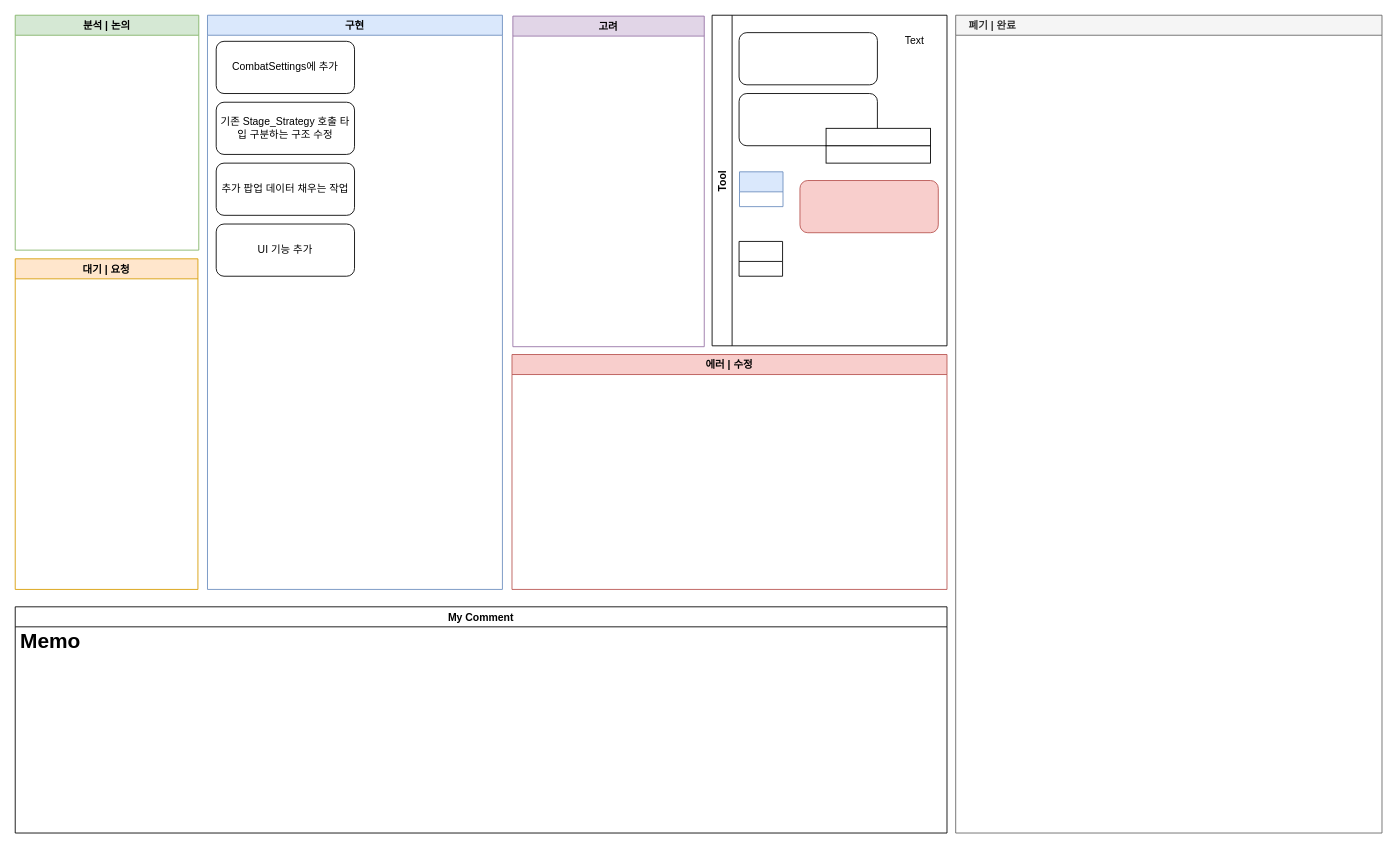
The draw.io diagram 던전 추천 마도사 진행상황.drawio in Endorr/Job-Board, before the edit. Source tidied: cells renumbered, new cells numbered last; positions are measured from the earlier drawing's top-left corner, leaving out a move shared by most shapes. Both pictures are drawn from the tidied source at 87%, with x=0, y=0 at pixel (15, 15).
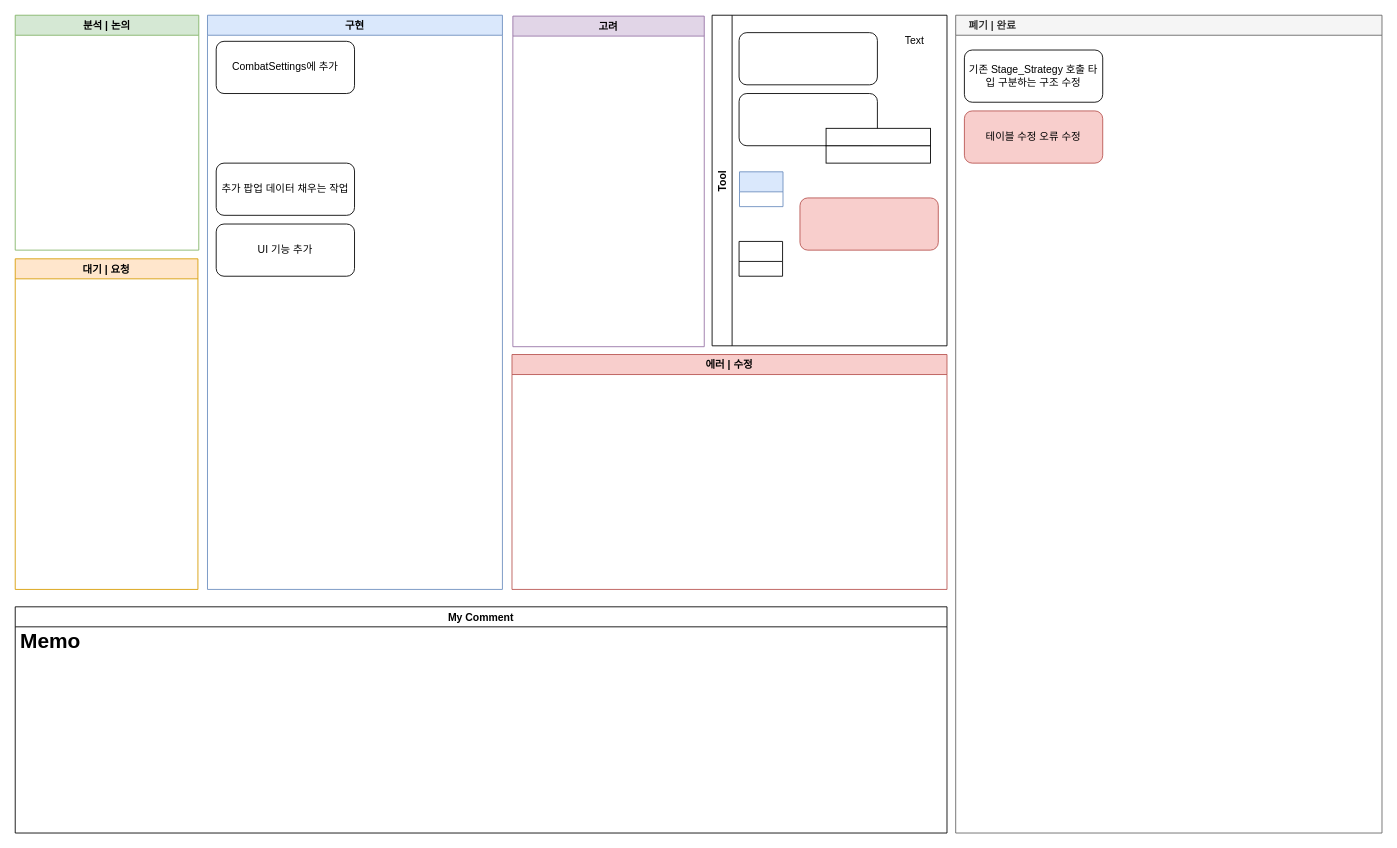
The same diagram, later.

Commit message:
던전 추천 마도사 진행상황.drawio 업데이트

Unchanged cells that the change refers to:
```xml
<mxCell id="2" value="구현" style="swimlane;fillColor=#dae8fc;strokeColor=#6c8ebf;" parent="1" vertex="1">
  <mxGeometry x="221" width="339" height="660" as="geometry" />
</mxCell>
<mxCell id="11" value="    폐기 | 완료" style="swimlane;strokeColor=#666666;fillColor=#f5f5f5;fontColor=#333333;align=left;" parent="1" vertex="1">
  <mxGeometry x="1081" width="490" height="940" as="geometry" />
</mxCell>
<mxCell id="14" value="Tool" style="swimlane;horizontal=0;" parent="1" vertex="1">
  <mxGeometry x="801" width="270" height="380" as="geometry" />
</mxCell>
```

What changed in the source:
```diff
@@
-    <mxCell id="4" value="기존 Stage_Strategy 호출 타입 구분하는 구조 수정" style="rounded=1;whiteSpace=wrap;html=1;" parent="2" vertex="1">
-      <mxGeometry x="10" y="100" width="159" height="60" as="geometry" />
-    </mxCell>
@@
+    <mxCell id="4" value="기존 Stage_Strategy 호출 타입 구분하는 구조 수정" style="rounded=1;whiteSpace=wrap;html=1;" parent="11" vertex="1">
+      <mxGeometry x="10" y="40" width="159" height="60" as="geometry" />
+    </mxCell>
+    <mxCell id="24" value="테이블 수정 오류 수정" style="rounded=1;whiteSpace=wrap;html=1;fillColor=#f8cecc;strokeColor=#b85450;" parent="11" vertex="1">
+      <mxGeometry x="10" y="110" width="159" height="60" as="geometry" />
+    </mxCell>
@@
     <mxCell id="23" style="rounded=1;whiteSpace=wrap;html=1;fillColor=#f8cecc;strokeColor=#b85450;" parent="14" vertex="1">
-      <mxGeometry x="101" y="190" width="159" height="60" as="geometry" />
+      <mxGeometry x="101" y="210" width="159" height="60" as="geometry" />
     </mxCell>
```
